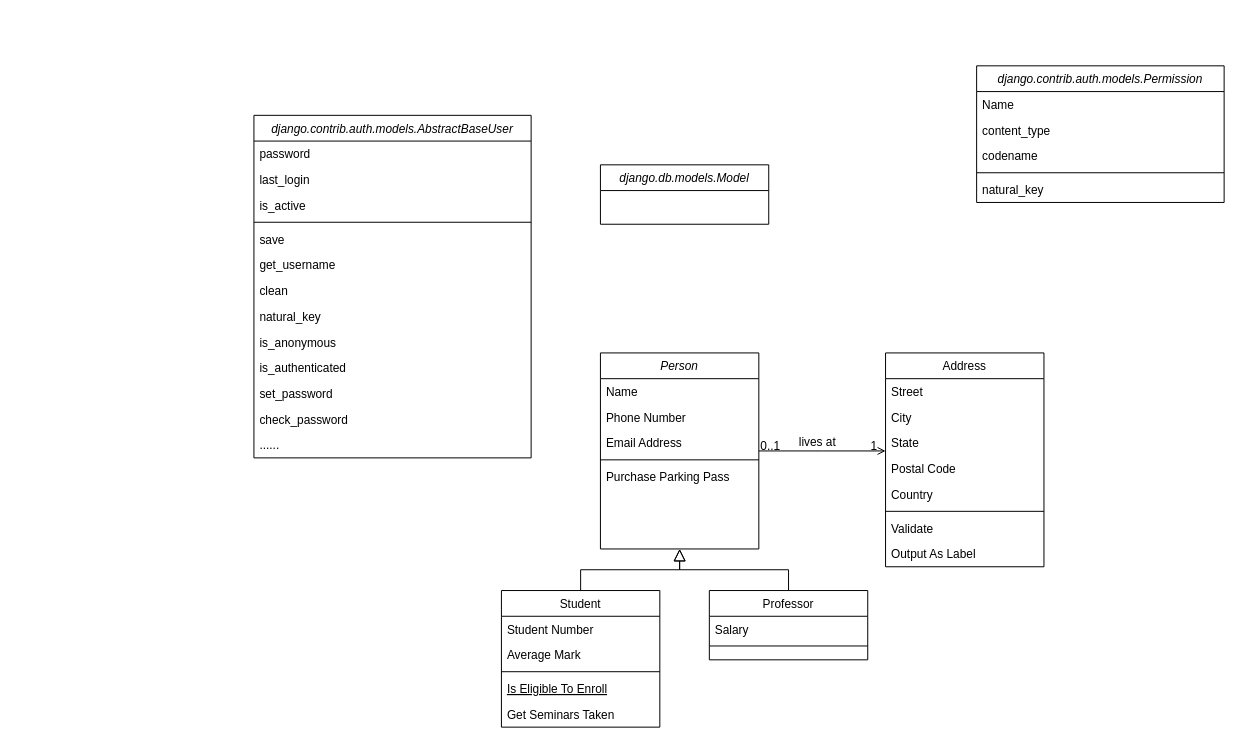
Before: HIS-RBAC-Models.drawio in YuanchenZhu2020/DrawIO, a draw.io diagram. Source tidied: cells renumbered, new cells numbered last; positions are measured from the earlier drawing's top-left corner, leaving out a move shared by most shapes. Both pictures are drawn from the tidied source at 99%, with x=0, y=0 at pixel (253, 65).
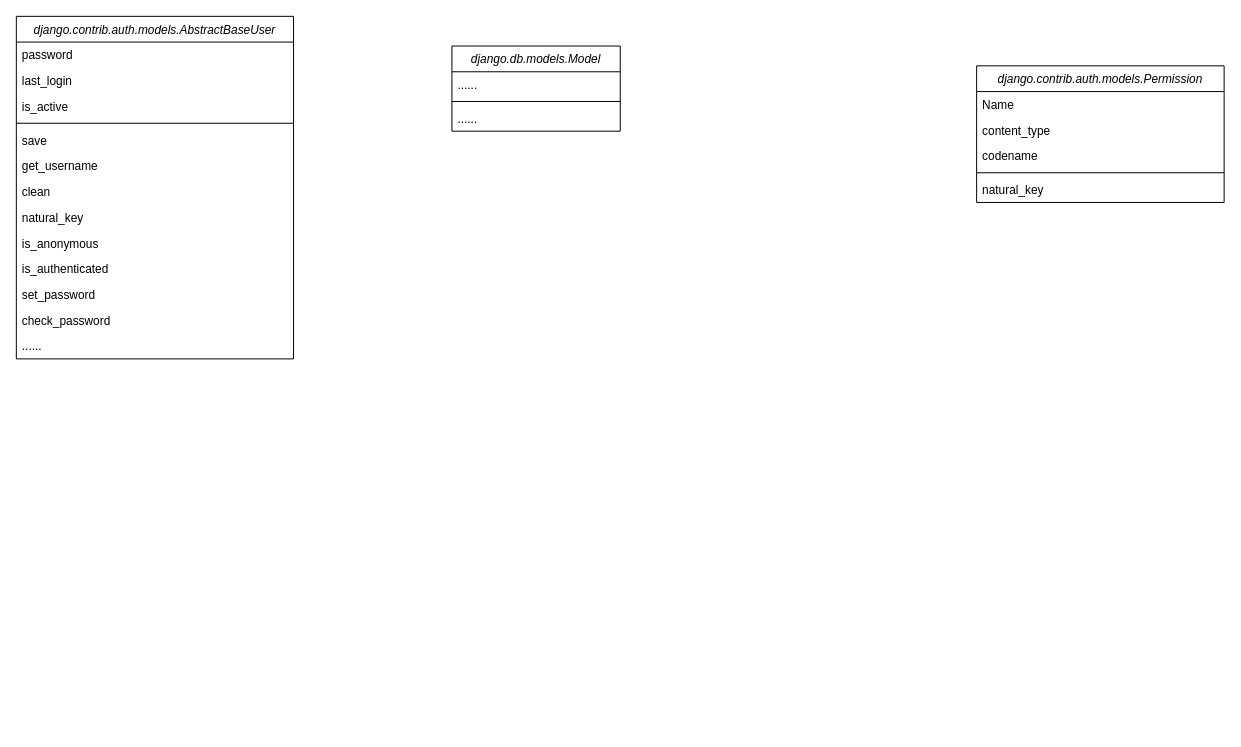
After the change.

The edit, as a diff of the source:
```diff
@@
-    <mxCell id="2" value="Person" style="swimlane;fontStyle=2;align=center;verticalAlign=top;horizontal=1;startSize=26;rounded=0;shadow=0;strokeWidth=1;" parent="1" vertex="1">
-      <mxGeometry x="350" y="290" width="160" height="198" as="geometry" />
-    </mxCell>
-    <mxCell id="3" value="Name" style="text;align=left;verticalAlign=top;spacingLeft=4;spacingRight=4;overflow=hidden;" parent="2" vertex="1">
-      <mxGeometry y="26" width="160" height="26" as="geometry" />
-    </mxCell>
-    <mxCell id="4" value="Phone Number" style="text;align=left;verticalAlign=top;spacingLeft=4;spacingRight=4;overflow=hidden;rounded=0;shadow=0;html=0;" parent="2" vertex="1">
-      <mxGeometry y="52" width="160" height="26" as="geometry" />
-    </mxCell>
-    <mxCell id="5" value="Email Address" style="text;align=left;verticalAlign=top;spacingLeft=4;spacingRight=4;overflow=hidden;rounded=0;shadow=0;html=0;" parent="2" vertex="1">
-      <mxGeometry y="78" width="160" height="26" as="geometry" />
-    </mxCell>
-    <mxCell id="6" style="line;html=1;strokeWidth=1;align=left;verticalAlign=middle;spacingTop=-1;spacingLeft=3;spacingRight=3;labelPosition=right;" parent="2" vertex="1">
-      <mxGeometry y="104" width="160" height="8" as="geometry" />
-    </mxCell>
-    <mxCell id="7" value="Purchase Parking Pass" style="text;align=left;verticalAlign=top;spacingLeft=4;spacingRight=4;overflow=hidden;" parent="2" vertex="1">
-      <mxGeometry y="112" width="160" height="26" as="geometry" />
-    </mxCell>
-    <mxCell id="8" value="Student" style="swimlane;fontStyle=0;align=center;verticalAlign=top;horizontal=1;startSize=26;rounded=0;shadow=0;strokeWidth=1;" parent="1" vertex="1">
-      <mxGeometry x="250" y="530" width="160" height="138" as="geometry" />
-    </mxCell>
-    <mxCell id="9" value="Student Number" style="text;align=left;verticalAlign=top;spacingLeft=4;spacingRight=4;overflow=hidden;" parent="8" vertex="1">
-      <mxGeometry y="26" width="160" height="26" as="geometry" />
-    </mxCell>
-    <mxCell id="10" value="Average Mark" style="text;align=left;verticalAlign=top;spacingLeft=4;spacingRight=4;overflow=hidden;rounded=0;shadow=0;html=0;" parent="8" vertex="1">
-      <mxGeometry y="52" width="160" height="26" as="geometry" />
-    </mxCell>
-    <mxCell id="11" style="line;html=1;strokeWidth=1;align=left;verticalAlign=middle;spacingTop=-1;spacingLeft=3;spacingRight=3;labelPosition=right;" parent="8" vertex="1">
-      <mxGeometry y="78" width="160" height="8" as="geometry" />
-    </mxCell>
-    <mxCell id="12" value="Is Eligible To Enroll" style="text;align=left;verticalAlign=top;spacingLeft=4;spacingRight=4;overflow=hidden;fontStyle=4;" parent="8" vertex="1">
-      <mxGeometry y="86" width="160" height="26" as="geometry" />
-    </mxCell>
-    <mxCell id="13" value="Get Seminars Taken" style="text;align=left;verticalAlign=top;spacingLeft=4;spacingRight=4;overflow=hidden;" parent="8" vertex="1">
-      <mxGeometry y="112" width="160" height="26" as="geometry" />
-    </mxCell>
-    <mxCell id="14" style="endArrow=block;endSize=10;endFill=0;shadow=0;strokeWidth=1;rounded=0;edgeStyle=elbowEdgeStyle;elbow=vertical;" parent="1" edge="1" source="8" target="2">
-      <mxGeometry relative="1" as="geometry" />
-    </mxCell>
-    <mxCell id="15" value="Professor" style="swimlane;fontStyle=0;align=center;verticalAlign=top;horizontal=1;startSize=26;rounded=0;shadow=0;strokeWidth=1;" parent="1" vertex="1">
-      <mxGeometry x="460" y="530" width="160" height="70" as="geometry" />
-    </mxCell>
-    <mxCell id="16" value="Salary" style="text;align=left;verticalAlign=top;spacingLeft=4;spacingRight=4;overflow=hidden;" parent="15" vertex="1">
-      <mxGeometry y="26" width="160" height="26" as="geometry" />
-    </mxCell>
-    <mxCell id="17" style="line;html=1;strokeWidth=1;align=left;verticalAlign=middle;spacingTop=-1;spacingLeft=3;spacingRight=3;labelPosition=right;" parent="15" vertex="1">
-      <mxGeometry y="52" width="160" height="8" as="geometry" />
-    </mxCell>
-    <mxCell id="18" style="endArrow=block;endSize=10;endFill=0;shadow=0;strokeWidth=1;rounded=0;edgeStyle=elbowEdgeStyle;elbow=vertical;" parent="1" edge="1" source="15" target="2">
-      <mxGeometry relative="1" as="geometry" />
-    </mxCell>
-    <mxCell id="19" value="Address" style="swimlane;fontStyle=0;align=center;verticalAlign=top;horizontal=1;startSize=26;rounded=0;shadow=0;strokeWidth=1;" parent="1" vertex="1">
-      <mxGeometry x="638" y="290" width="160" height="216" as="geometry" />
-    </mxCell>
-    <mxCell id="20" value="Street" style="text;align=left;verticalAlign=top;spacingLeft=4;spacingRight=4;overflow=hidden;" parent="19" vertex="1">
-      <mxGeometry y="26" width="160" height="26" as="geometry" />
-    </mxCell>
-    <mxCell id="21" value="City" style="text;align=left;verticalAlign=top;spacingLeft=4;spacingRight=4;overflow=hidden;rounded=0;shadow=0;html=0;" parent="19" vertex="1">
-      <mxGeometry y="52" width="160" height="26" as="geometry" />
-    </mxCell>
-    <mxCell id="22" value="State" style="text;align=left;verticalAlign=top;spacingLeft=4;spacingRight=4;overflow=hidden;rounded=0;shadow=0;html=0;" parent="19" vertex="1">
-      <mxGeometry y="78" width="160" height="26" as="geometry" />
-    </mxCell>
-    <mxCell id="23" value="Postal Code" style="text;align=left;verticalAlign=top;spacingLeft=4;spacingRight=4;overflow=hidden;rounded=0;shadow=0;html=0;" parent="19" vertex="1">
-      <mxGeometry y="104" width="160" height="26" as="geometry" />
-    </mxCell>
-    <mxCell id="24" value="Country" style="text;align=left;verticalAlign=top;spacingLeft=4;spacingRight=4;overflow=hidden;rounded=0;shadow=0;html=0;" parent="19" vertex="1">
-      <mxGeometry y="130" width="160" height="26" as="geometry" />
-    </mxCell>
-    <mxCell id="25" style="line;html=1;strokeWidth=1;align=left;verticalAlign=middle;spacingTop=-1;spacingLeft=3;spacingRight=3;labelPosition=right;" parent="19" vertex="1">
-      <mxGeometry y="156" width="160" height="8" as="geometry" />
-    </mxCell>
-    <mxCell id="26" value="Validate" style="text;align=left;verticalAlign=top;spacingLeft=4;spacingRight=4;overflow=hidden;" parent="19" vertex="1">
-      <mxGeometry y="164" width="160" height="26" as="geometry" />
-    </mxCell>
-    <mxCell id="27" value="Output As Label" style="text;align=left;verticalAlign=top;spacingLeft=4;spacingRight=4;overflow=hidden;" parent="19" vertex="1">
-      <mxGeometry y="190" width="160" height="26" as="geometry" />
-    </mxCell>
-    <mxCell id="28" style="endArrow=open;shadow=0;strokeWidth=1;rounded=0;endFill=1;edgeStyle=elbowEdgeStyle;elbow=vertical;" parent="1" edge="1" source="2" target="19">
-      <mxGeometry x="0.5" y="41" relative="1" as="geometry">
-        <mxPoint x="-40" y="32" as="offset" />
-      </mxGeometry>
-    </mxCell>
-    <mxCell id="29" value="0..1" style="align=left;verticalAlign=bottom;labelBackgroundColor=none;fontSize=12;" parent="28" vertex="1">
-      <mxGeometry x="-1" relative="1" as="geometry">
-        <mxPoint y="4" as="offset" />
-      </mxGeometry>
-    </mxCell>
-    <mxCell id="30" value="1" style="align=right;verticalAlign=bottom;labelBackgroundColor=none;fontSize=12;" parent="28" vertex="1">
-      <mxGeometry x="1" relative="1" as="geometry">
-        <mxPoint x="-7" y="4" as="offset" />
-      </mxGeometry>
-    </mxCell>
-    <mxCell id="31" value="lives at" style="text;html=1;align=center;verticalAlign=middle;labelBackgroundColor=none;rounded=0;shadow=0;strokeWidth=1;fontSize=12;" parent="28" vertex="1">
-      <mxGeometry x="0.5" y="49" relative="1" as="geometry">
-        <mxPoint x="-38" y="40" as="offset" />
-      </mxGeometry>
-    </mxCell>
     <mxCell id="32" value="django.db.models.Model" style="swimlane;fontStyle=2;align=center;verticalAlign=top;horizontal=1;startSize=26;rounded=0;shadow=0;strokeWidth=1;" parent="1" vertex="1">
-      <mxGeometry x="350" y="100" width="170" height="60" as="geometry" />
+      <mxGeometry x="200" y="-20" width="170" height="86" as="geometry" />
     </mxCell>
+    <mxCell id="53" value="......" style="text;align=left;verticalAlign=top;spacingLeft=4;spacingRight=4;overflow=hidden;" parent="32" vertex="1">
+      <mxGeometry y="26" width="170" height="26" as="geometry" />
+    </mxCell>
+    <mxCell id="54" style="line;html=1;strokeWidth=1;align=left;verticalAlign=middle;spacingTop=-1;spacingLeft=3;spacingRight=3;labelPosition=right;" parent="32" vertex="1">
+      <mxGeometry y="52" width="170" height="8" as="geometry" />
+    </mxCell>
+    <mxCell id="55" value="......" style="text;align=left;verticalAlign=top;spacingLeft=4;spacingRight=4;overflow=hidden;" parent="32" vertex="1">
+      <mxGeometry y="60" width="170" height="26" as="geometry" />
+    </mxCell>
     <mxCell id="33" value="django.contrib.auth.models.AbstractBaseUser" style="swimlane;fontStyle=2;align=center;verticalAlign=top;horizontal=1;startSize=26;rounded=0;shadow=0;strokeWidth=1;" parent="1" vertex="1">
-      <mxGeometry y="50" width="280" height="346" as="geometry" />
+      <mxGeometry x="-240" y="-50" width="280" height="346" as="geometry" />
     </mxCell>
```
